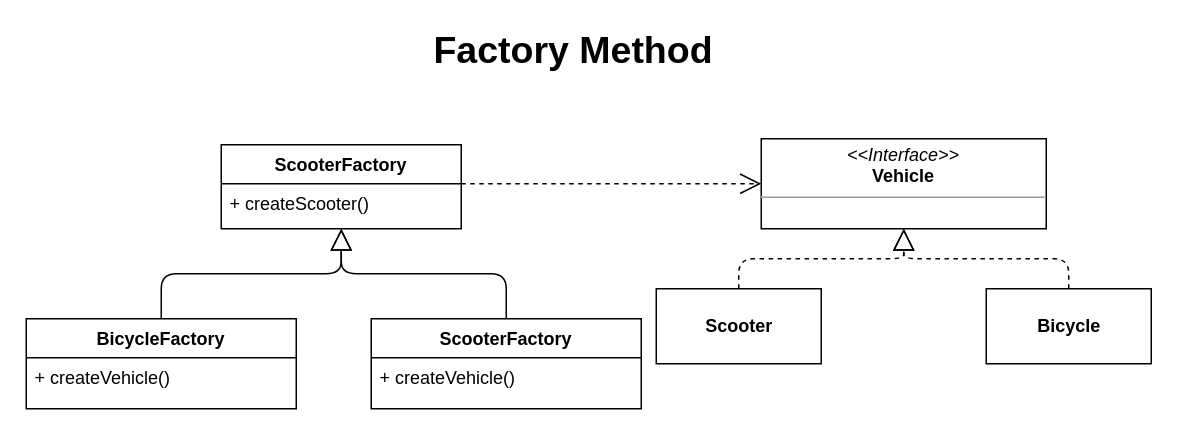
The draw.io diagram page "Factory Method" (3 of 5) of patterns/creational.drawio in antariuz/uml, before the edit. Source tidied: cells renumbered, new cells numbered last; positions are measured from the earlier drawing's top-left corner, leaving out a move shared by most shapes. Both pictures are drawn from the tidied source at 150%, with x=0, y=0 at pixel (26, 33).
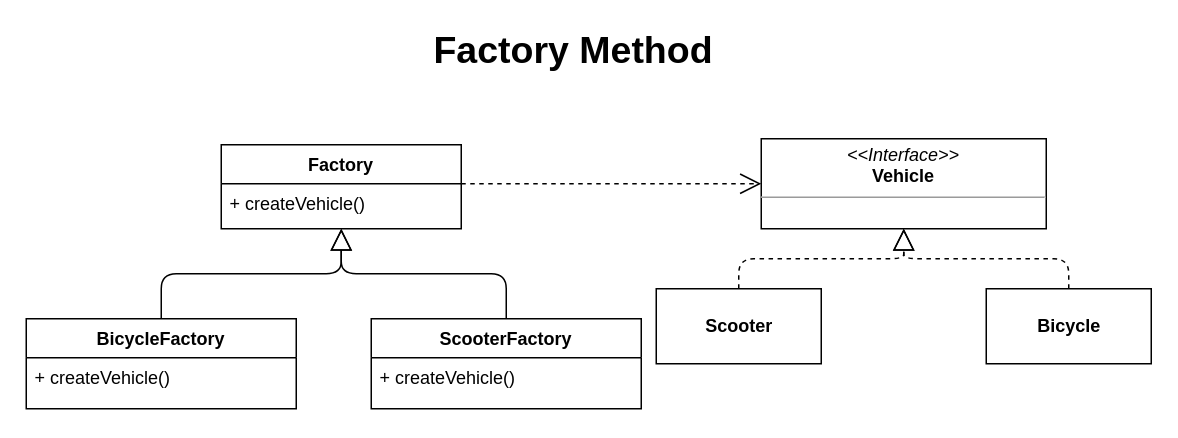
The same page after the edit.

The edit, as a diff of the source:
```diff
@@
 <mxGraphModel>
   <root>
     <mxCell id="0" />
     <mxCell id="1" parent="0" />
     <mxCell id="2" value="&lt;p style=&quot;margin: 0px ; margin-top: 4px ; text-align: center&quot;&gt;&lt;i&gt;&amp;lt;&amp;lt;Interface&amp;gt;&amp;gt;&lt;/i&gt;&lt;br&gt;&lt;span style=&quot;text-align: left&quot;&gt;&lt;b&gt;Vehicle&lt;/b&gt;&lt;/span&gt;&lt;br&gt;&lt;/p&gt;&lt;hr size=&quot;1&quot;&gt;&lt;p style=&quot;margin: 0px ; margin-left: 4px&quot;&gt;&lt;br&gt;&lt;/p&gt;" style="verticalAlign=top;align=left;overflow=fill;fontSize=12;fontFamily=Helvetica;html=1;" parent="1" vertex="1">
       <mxGeometry x="490" y="70" width="190" height="60" as="geometry" />
     </mxCell>
     <mxCell id="3" value="&lt;b&gt;Scooter&lt;/b&gt;" style="html=1;" parent="1" vertex="1">
       <mxGeometry x="420" y="170" width="110" height="50" as="geometry" />
     </mxCell>
     <mxCell id="4" value="&lt;b&gt;Bicycle&lt;/b&gt;" style="html=1;" parent="1" vertex="1">
       <mxGeometry x="640" y="170" width="110" height="50" as="geometry" />
     </mxCell>
     <mxCell id="5" style="endArrow=block;dashed=1;endFill=0;endSize=12;html=1;entryX=0.5;entryY=1;entryDx=0;entryDy=0;exitX=0.5;exitY=0;exitDx=0;exitDy=0;edgeStyle=orthogonalEdgeStyle;" parent="1" edge="1" source="3" target="2">
       <mxGeometry relative="1" as="geometry" />
     </mxCell>
     <mxCell id="6" style="endArrow=block;dashed=1;endFill=0;endSize=12;html=1;entryX=0.5;entryY=1;entryDx=0;entryDy=0;exitX=0.5;exitY=0;exitDx=0;exitDy=0;edgeStyle=orthogonalEdgeStyle;" parent="1" edge="1" source="4" target="2">
       <mxGeometry relative="1" as="geometry" />
     </mxCell>
-    <mxCell id="7" value="ScooterFactory" style="swimlane;fontStyle=1;align=center;verticalAlign=top;horizontal=1;startSize=26;" parent="1" vertex="1">
+    <mxCell id="7" value="Factory" style="swimlane;fontStyle=1;align=center;verticalAlign=top;horizontal=1;startSize=26;" parent="1" vertex="1">
       <mxGeometry x="130" y="74" width="160" height="56" as="geometry" />
     </mxCell>
-    <mxCell id="8" value="+ createScooter()" style="text;strokeColor=none;fillColor=none;align=left;verticalAlign=top;spacingLeft=4;spacingRight=4;overflow=hidden;points=[[0,0.5],[1,0.5]];portConstraint=eastwest;" parent="7" vertex="1">
+    <mxCell id="8" value="+ createVehicle()" style="text;strokeColor=none;fillColor=none;align=left;verticalAlign=top;spacingLeft=4;spacingRight=4;overflow=hidden;points=[[0,0.5],[1,0.5]];portConstraint=eastwest;" parent="7" vertex="1">
       <mxGeometry y="26" width="160" height="30" as="geometry" />
     </mxCell>
     <mxCell id="9" value="BicycleFactory" style="swimlane;fontStyle=1;align=center;verticalAlign=top;horizontal=1;startSize=26;" parent="1" vertex="1">
       <mxGeometry y="190" width="180" height="60" as="geometry" />
     </mxCell>
     <mxCell id="10" value="+ createVehicle()" style="text;strokeColor=none;fillColor=none;align=left;verticalAlign=top;spacingLeft=4;spacingRight=4;overflow=hidden;" parent="9" vertex="1">
       <mxGeometry y="26" width="180" height="34" as="geometry" />
     </mxCell>
     <mxCell id="11" value="ScooterFactory" style="swimlane;fontStyle=1;align=center;verticalAlign=top;horizontal=1;startSize=26;" parent="1" vertex="1">
       <mxGeometry x="230" y="190" width="180" height="60" as="geometry" />
     </mxCell>
     <mxCell id="12" value="+ createVehicle()" style="text;strokeColor=none;fillColor=none;align=left;verticalAlign=top;spacingLeft=4;spacingRight=4;overflow=hidden;" parent="11" vertex="1">
       <mxGeometry y="26" width="180" height="34" as="geometry" />
     </mxCell>
     <mxCell id="13" style="endArrow=block;dashed=0;endFill=0;endSize=12;html=1;entryX=0.5;entryY=1;entryDx=0;entryDy=0;exitX=0.5;exitY=0;exitDx=0;exitDy=0;edgeStyle=orthogonalEdgeStyle;" parent="1" edge="1" source="9" target="7">
       <mxGeometry relative="1" as="geometry" />
     </mxCell>
     <mxCell id="14" style="endArrow=block;dashed=0;endFill=0;endSize=12;html=1;entryX=0.5;entryY=1;entryDx=0;entryDy=0;exitX=0.5;exitY=0;exitDx=0;exitDy=0;edgeStyle=orthogonalEdgeStyle;" parent="1" edge="1" source="11" target="7">
       <mxGeometry relative="1" as="geometry" />
     </mxCell>
     <mxCell id="15" style="endArrow=open;endSize=12;dashed=1;html=1;entryX=0;entryY=0.5;entryDx=0;entryDy=0;exitX=1;exitY=0.002;exitDx=0;exitDy=0;exitPerimeter=0;" parent="1" edge="1" source="8" target="2">
       <mxGeometry relative="1" as="geometry" />
     </mxCell>
     <mxCell id="16" value="&lt;font size=&quot;1&quot;&gt;&lt;b style=&quot;font-size: 25px&quot;&gt;Factory Method&lt;/b&gt;&lt;/font&gt;" style="text;html=1;strokeColor=none;fillColor=none;align=center;verticalAlign=middle;whiteSpace=wrap;rounded=0;" parent="1" vertex="1">
       <mxGeometry x="270" width="190" height="20" as="geometry" />
     </mxCell>
   </root>
 </mxGraphModel>
```
